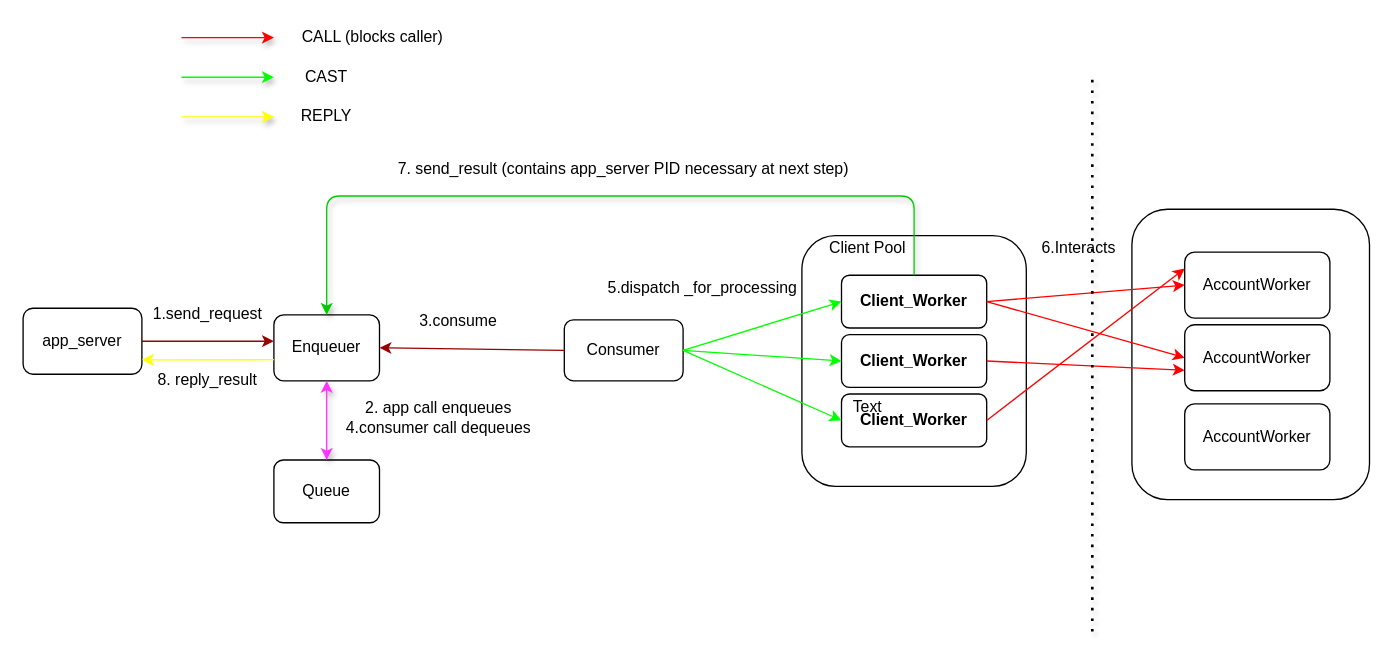
Above: system.drawio in sanzor/Banking-Application (draw.io), before the change. Source tidied: cells renumbered, new cells numbered last; positions are measured from the earlier drawing's top-left corner, leaving out a move shared by most shapes. Both pictures are drawn from the tidied source at 132%, with x=0, y=0 at pixel (22, 24).
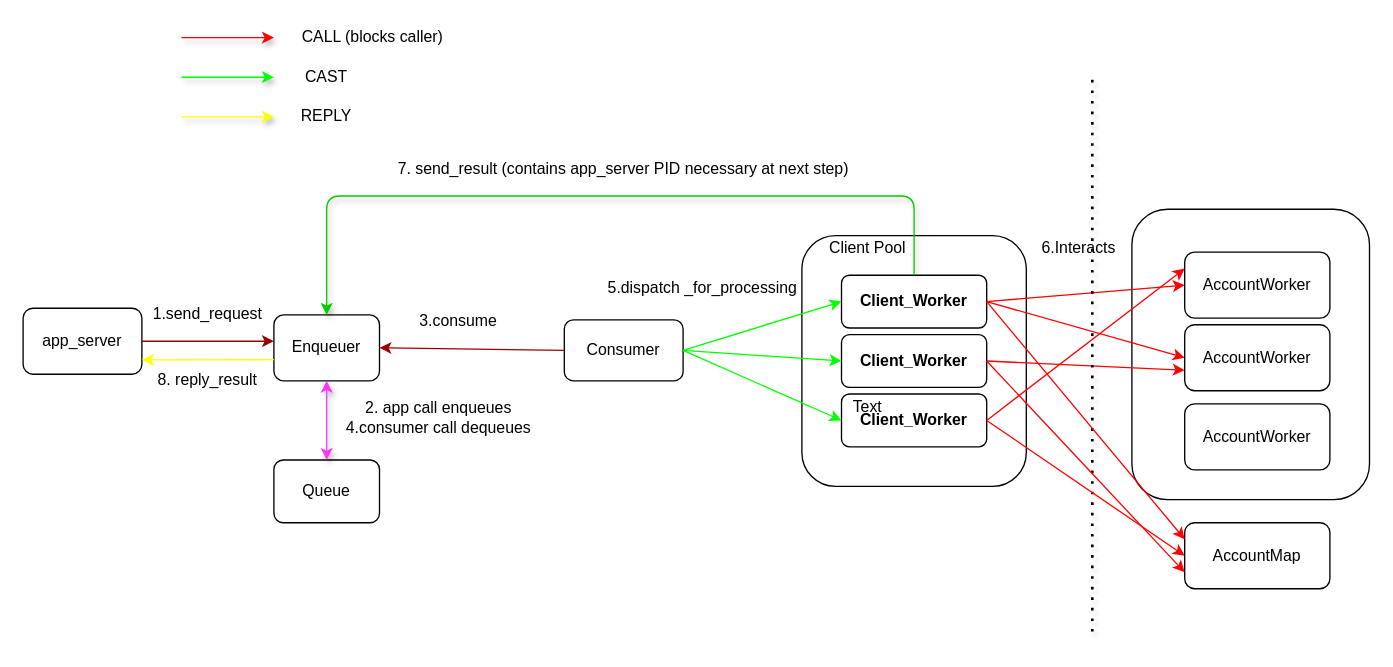
After the change.

Commit message:
correct arch

Unchanged cells that the change refers to:
```xml
<mxCell id="8" value="Client_Worker" style="rounded=1;whiteSpace=wrap;html=1;fontStyle=1;" parent="1" vertex="1">
  <mxGeometry x="620" y="235" width="110" height="40" as="geometry" />
</mxCell>
```

The edit, as a diff of the source:
```diff
@@
+    <mxCell id="42" value="AccountMap" style="rounded=1;whiteSpace=wrap;html=1;" parent="1" vertex="1">
+      <mxGeometry x="880" y="377.5" width="110" height="50" as="geometry" />
+    </mxCell>
+    <mxCell id="43" style="endArrow=classic;html=1;entryX=0;entryY=0.25;entryDx=0;entryDy=0;fillColor=#FF0000;strokeColor=#FF0000;" parent="1" edge="1" target="42">
+      <mxGeometry relative="1" as="geometry">
+        <mxPoint x="730" y="210" as="sourcePoint" />
+      </mxGeometry>
+    </mxCell>
+    <mxCell id="44" style="endArrow=classic;html=1;entryX=0;entryY=0.5;entryDx=0;entryDy=0;fillColor=#FF0000;strokeColor=#FF0000;" parent="1" edge="1" target="42">
+      <mxGeometry relative="1" as="geometry">
+        <mxPoint x="730" y="300" as="sourcePoint" />
+      </mxGeometry>
+    </mxCell>
+    <mxCell id="45" style="endArrow=classic;html=1;exitX=1;exitY=0.5;exitDx=0;exitDy=0;fillColor=#FF0000;strokeColor=#FF0000;entryX=0;entryY=0.75;entryDx=0;entryDy=0;" parent="1" edge="1" source="8" target="42">
+      <mxGeometry relative="1" as="geometry" />
+    </mxCell>
```
